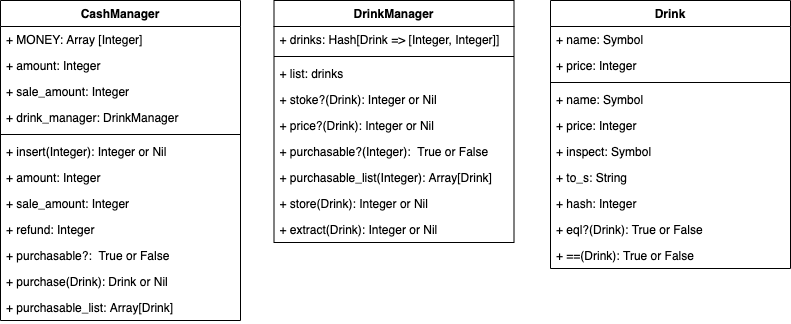
Before: images/class.png, a diagram exported from draw.io (fumtas1k/tddbc_ft). Source tidied: cells renumbered, new cells last; positions are measured from the earlier drawing's top-left corner, leaving out a move shared by most shapes.
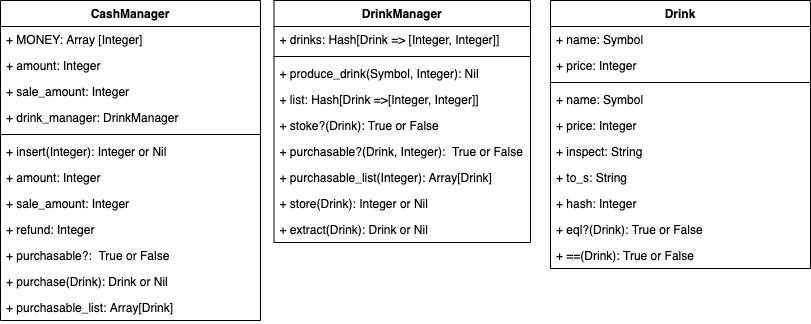
The same diagram one commit later.

Commit message:
fix: メソッド定義変更

Diff of the diagram source:
```diff
@@ -3,106 +3,106 @@
     <mxCell id="0" />
     <mxCell id="1" parent="0" />
     <mxCell id="2" value="CashManager" style="swimlane;fontStyle=1;align=center;verticalAlign=top;horizontal=1;startSize=26;" parent="1" vertex="1">
-      <mxGeometry width="240" height="320" as="geometry" />
+      <mxGeometry width="260" height="320" as="geometry" />
     </mxCell>
     <mxCell id="3" value="+ MONEY: Array [Integer]" style="text;strokeColor=none;fillColor=none;align=left;verticalAlign=top;spacingLeft=4;spacingRight=4;overflow=hidden;" parent="2" vertex="1">
-      <mxGeometry y="26" width="240" height="26" as="geometry" />
+      <mxGeometry y="26" width="260" height="26" as="geometry" />
     </mxCell>
     <mxCell id="4" value="+ amount: Integer" style="text;strokeColor=none;fillColor=none;align=left;verticalAlign=top;spacingLeft=4;spacingRight=4;overflow=hidden;" parent="2" vertex="1">
-      <mxGeometry y="52" width="240" height="26" as="geometry" />
+      <mxGeometry y="52" width="260" height="26" as="geometry" />
     </mxCell>
     <mxCell id="5" value="+ sale_amount: Integer" style="text;strokeColor=none;fillColor=none;align=left;verticalAlign=top;spacingLeft=4;spacingRight=4;overflow=hidden;" parent="2" vertex="1">
-      <mxGeometry y="78" width="240" height="26" as="geometry" />
+      <mxGeometry y="78" width="260" height="26" as="geometry" />
     </mxCell>
     <mxCell id="6" value="+ drink_manager: DrinkManager" style="text;strokeColor=none;fillColor=none;align=left;verticalAlign=top;spacingLeft=4;spacingRight=4;overflow=hidden;" parent="2" vertex="1">
-      <mxGeometry y="104" width="240" height="26" as="geometry" />
+      <mxGeometry y="104" width="260" height="26" as="geometry" />
     </mxCell>
     <mxCell id="7" style="line;strokeWidth=1;fillColor=none;align=left;verticalAlign=middle;spacingTop=-1;spacingLeft=3;spacingRight=3;labelPosition=right;" parent="2" vertex="1">
-      <mxGeometry y="130" width="240" height="8" as="geometry" />
+      <mxGeometry y="130" width="260" height="8" as="geometry" />
     </mxCell>
     <mxCell id="8" value="+ insert(Integer): Integer or Nil" style="text;strokeColor=none;fillColor=none;align=left;verticalAlign=top;spacingLeft=4;spacingRight=4;overflow=hidden;" parent="2" vertex="1">
-      <mxGeometry y="138" width="240" height="26" as="geometry" />
+      <mxGeometry y="138" width="260" height="26" as="geometry" />
     </mxCell>
     <mxCell id="9" value="+ amount: Integer" style="text;strokeColor=none;fillColor=none;align=left;verticalAlign=top;spacingLeft=4;spacingRight=4;overflow=hidden;" parent="2" vertex="1">
-      <mxGeometry y="164" width="240" height="26" as="geometry" />
+      <mxGeometry y="164" width="260" height="26" as="geometry" />
     </mxCell>
     <mxCell id="10" value="+ sale_amount: Integer" style="text;strokeColor=none;fillColor=none;align=left;verticalAlign=top;spacingLeft=4;spacingRight=4;overflow=hidden;" parent="2" vertex="1">
-      <mxGeometry y="190" width="240" height="26" as="geometry" />
+      <mxGeometry y="190" width="260" height="26" as="geometry" />
     </mxCell>
     <mxCell id="11" value="+ refund: Integer" style="text;strokeColor=none;fillColor=none;align=left;verticalAlign=top;spacingLeft=4;spacingRight=4;overflow=hidden;" parent="2" vertex="1">
-      <mxGeometry y="216" width="240" height="26" as="geometry" />
+      <mxGeometry y="216" width="260" height="26" as="geometry" />
     </mxCell>
     <mxCell id="12" value="+ purchasable?:  True or False" style="text;strokeColor=none;fillColor=none;align=left;verticalAlign=top;spacingLeft=4;spacingRight=4;overflow=hidden;" parent="2" vertex="1">
-      <mxGeometry y="242" width="240" height="26" as="geometry" />
+      <mxGeometry y="242" width="260" height="26" as="geometry" />
     </mxCell>
     <mxCell id="13" value="+ purchase(Drink): Drink or Nil" style="text;strokeColor=none;fillColor=none;align=left;verticalAlign=top;spacingLeft=4;spacingRight=4;overflow=hidden;" parent="2" vertex="1">
-      <mxGeometry y="268" width="240" height="26" as="geometry" />
+      <mxGeometry y="268" width="260" height="26" as="geometry" />
     </mxCell>
     <mxCell id="14" value="+ purchasable_list: Array[Drink]" style="text;strokeColor=none;fillColor=none;align=left;verticalAlign=top;spacingLeft=4;spacingRight=4;overflow=hidden;" parent="2" vertex="1">
-      <mxGeometry y="294" width="240" height="26" as="geometry" />
+      <mxGeometry y="294" width="260" height="26" as="geometry" />
     </mxCell>
     <mxCell id="15" value="DrinkManager" style="swimlane;fontStyle=1;align=center;verticalAlign=top;horizontal=1;startSize=26;" parent="1" vertex="1">
-      <mxGeometry x="273.5" width="240" height="242" as="geometry" />
+      <mxGeometry x="273.5" width="256.5" height="242" as="geometry" />
     </mxCell>
     <mxCell id="16" value="+ drinks: Hash[Drink =&gt; [Integer, Integer]]" style="text;strokeColor=none;fillColor=none;align=left;verticalAlign=top;spacingLeft=4;spacingRight=4;overflow=hidden;" parent="15" vertex="1">
-      <mxGeometry y="26" width="240" height="26" as="geometry" />
+      <mxGeometry y="26" width="256.5" height="26" as="geometry" />
     </mxCell>
     <mxCell id="17" style="line;strokeWidth=1;fillColor=none;align=left;verticalAlign=middle;spacingTop=-1;spacingLeft=3;spacingRight=3;labelPosition=right;" parent="15" vertex="1">
-      <mxGeometry y="52" width="240" height="8" as="geometry" />
+      <mxGeometry y="52" width="256.5" height="8" as="geometry" />
     </mxCell>
+    <mxCell id="36" value="+ produce_drink(Symbol, Integer): Nil" style="text;strokeColor=none;fillColor=none;align=left;verticalAlign=top;spacingLeft=4;spacingRight=4;overflow=hidden;" parent="15" vertex="1">
+      <mxGeometry y="60" width="256.5" height="26" as="geometry" />
+    </mxCell>
-    <mxCell id="18" value="+ list: drinks" style="text;strokeColor=none;fillColor=none;align=left;verticalAlign=top;spacingLeft=4;spacingRight=4;overflow=hidden;" parent="15" vertex="1">
-      <mxGeometry y="60" width="240" height="26" as="geometry" />
+    <mxCell id="18" value="+ list: Hash[Drink =&gt;[Integer, Integer]]" style="text;strokeColor=none;fillColor=none;align=left;verticalAlign=top;spacingLeft=4;spacingRight=4;overflow=hidden;" parent="15" vertex="1">
+      <mxGeometry y="86" width="256.5" height="26" as="geometry" />
     </mxCell>
-    <mxCell id="19" value="+ stoke?(Drink): Integer or Nil" style="text;strokeColor=none;fillColor=none;align=left;verticalAlign=top;spacingLeft=4;spacingRight=4;overflow=hidden;" parent="15" vertex="1">
-      <mxGeometry y="86" width="240" height="26" as="geometry" />
+    <mxCell id="19" value="+ stoke?(Drink): True or False" style="text;strokeColor=none;fillColor=none;align=left;verticalAlign=top;spacingLeft=4;spacingRight=4;overflow=hidden;" parent="15" vertex="1">
+      <mxGeometry y="112" width="256.5" height="26" as="geometry" />
     </mxCell>
-    <mxCell id="20" value="+ price?(Drink): Integer or Nil" style="text;strokeColor=none;fillColor=none;align=left;verticalAlign=top;spacingLeft=4;spacingRight=4;overflow=hidden;" parent="15" vertex="1">
-      <mxGeometry y="112" width="240" height="26" as="geometry" />
-    </mxCell>
-    <mxCell id="21" value="+ purchasable?(Integer):  True or False" style="text;strokeColor=none;fillColor=none;align=left;verticalAlign=top;spacingLeft=4;spacingRight=4;overflow=hidden;" parent="15" vertex="1">
-      <mxGeometry y="138" width="240" height="26" as="geometry" />
+    <mxCell id="21" value="+ purchasable?(Drink, Integer):  True or False" style="text;strokeColor=none;fillColor=none;align=left;verticalAlign=top;spacingLeft=4;spacingRight=4;overflow=hidden;" parent="15" vertex="1">
+      <mxGeometry y="138" width="256.5" height="26" as="geometry" />
     </mxCell>
     <mxCell id="22" value="+ purchasable_list(Integer): Array[Drink]" style="text;strokeColor=none;fillColor=none;align=left;verticalAlign=top;spacingLeft=4;spacingRight=4;overflow=hidden;" parent="15" vertex="1">
-      <mxGeometry y="164" width="240" height="26" as="geometry" />
+      <mxGeometry y="164" width="256.5" height="26" as="geometry" />
     </mxCell>
     <mxCell id="23" value="+ store(Drink): Integer or Nil" style="text;strokeColor=none;fillColor=none;align=left;verticalAlign=top;spacingLeft=4;spacingRight=4;overflow=hidden;" parent="15" vertex="1">
-      <mxGeometry y="190" width="240" height="26" as="geometry" />
+      <mxGeometry y="190" width="256.5" height="26" as="geometry" />
     </mxCell>
-    <mxCell id="24" value="+ extract(Drink): Integer or Nil" style="text;strokeColor=none;fillColor=none;align=left;verticalAlign=top;spacingLeft=4;spacingRight=4;overflow=hidden;" parent="15" vertex="1">
-      <mxGeometry y="216" width="240" height="26" as="geometry" />
+    <mxCell id="24" value="+ extract(Drink): Drink or Nil" style="text;strokeColor=none;fillColor=none;align=left;verticalAlign=top;spacingLeft=4;spacingRight=4;overflow=hidden;" parent="15" vertex="1">
+      <mxGeometry y="216" width="256.5" height="26" as="geometry" />
     </mxCell>
     <mxCell id="25" value="Drink" style="swimlane;fontStyle=1;align=center;verticalAlign=top;horizontal=1;startSize=26;" parent="1" vertex="1">
-      <mxGeometry x="550" width="240" height="268" as="geometry" />
+      <mxGeometry x="550" width="260" height="268" as="geometry" />
     </mxCell>
     <mxCell id="26" value="+ name: Symbol" style="text;strokeColor=none;fillColor=none;align=left;verticalAlign=top;spacingLeft=4;spacingRight=4;overflow=hidden;" parent="25" vertex="1">
-      <mxGeometry y="26" width="240" height="26" as="geometry" />
+      <mxGeometry y="26" width="260" height="26" as="geometry" />
     </mxCell>
     <mxCell id="27" value="+ price: Integer" style="text;strokeColor=none;fillColor=none;align=left;verticalAlign=top;spacingLeft=4;spacingRight=4;overflow=hidden;" parent="25" vertex="1">
-      <mxGeometry y="52" width="240" height="26" as="geometry" />
+      <mxGeometry y="52" width="260" height="26" as="geometry" />
     </mxCell>
     <mxCell id="28" style="line;strokeWidth=1;fillColor=none;align=left;verticalAlign=middle;spacingTop=-1;spacingLeft=3;spacingRight=3;labelPosition=right;" parent="25" vertex="1">
-      <mxGeometry y="78" width="240" height="8" as="geometry" />
+      <mxGeometry y="78" width="260" height="8" as="geometry" />
     </mxCell>
     <mxCell id="29" value="+ name: Symbol" style="text;strokeColor=none;fillColor=none;align=left;verticalAlign=top;spacingLeft=4;spacingRight=4;overflow=hidden;" parent="25" vertex="1">
-      <mxGeometry y="86" width="240" height="26" as="geometry" />
+      <mxGeometry y="86" width="260" height="26" as="geometry" />
     </mxCell>
     <mxCell id="30" value="+ price: Integer" style="text;strokeColor=none;fillColor=none;align=left;verticalAlign=top;spacingLeft=4;spacingRight=4;overflow=hidden;" parent="25" vertex="1">
-      <mxGeometry y="112" width="240" height="26" as="geometry" />
+      <mxGeometry y="112" width="260" height="26" as="geometry" />
     </mxCell>
-    <mxCell id="31" value="+ inspect: Symbol" style="text;strokeColor=none;fillColor=none;align=left;verticalAlign=top;spacingLeft=4;spacingRight=4;overflow=hidden;" parent="25" vertex="1">
-      <mxGeometry y="138" width="240" height="26" as="geometry" />
+    <mxCell id="31" value="+ inspect: String" style="text;strokeColor=none;fillColor=none;align=left;verticalAlign=top;spacingLeft=4;spacingRight=4;overflow=hidden;" parent="25" vertex="1">
+      <mxGeometry y="138" width="260" height="26" as="geometry" />
     </mxCell>
     <mxCell id="32" value="+ to_s: String" style="text;strokeColor=none;fillColor=none;align=left;verticalAlign=top;spacingLeft=4;spacingRight=4;overflow=hidden;" parent="25" vertex="1">
-      <mxGeometry y="164" width="240" height="26" as="geometry" />
+      <mxGeometry y="164" width="260" height="26" as="geometry" />
     </mxCell>
     <mxCell id="33" value="+ hash: Integer" style="text;strokeColor=none;fillColor=none;align=left;verticalAlign=top;spacingLeft=4;spacingRight=4;overflow=hidden;" parent="25" vertex="1">
-      <mxGeometry y="190" width="240" height="26" as="geometry" />
+      <mxGeometry y="190" width="260" height="26" as="geometry" />
     </mxCell>
     <mxCell id="34" value="+ eql?(Drink): True or False" style="text;strokeColor=none;fillColor=none;align=left;verticalAlign=top;spacingLeft=4;spacingRight=4;overflow=hidden;" parent="25" vertex="1">
-      <mxGeometry y="216" width="240" height="26" as="geometry" />
+      <mxGeometry y="216" width="260" height="26" as="geometry" />
     </mxCell>
     <mxCell id="35" value="+ ==(Drink): True or False" style="text;strokeColor=none;fillColor=none;align=left;verticalAlign=top;spacingLeft=4;spacingRight=4;overflow=hidden;" parent="25" vertex="1">
-      <mxGeometry y="242" width="240" height="26" as="geometry" />
+      <mxGeometry y="242" width="260" height="26" as="geometry" />
     </mxCell>
   </root>
 </mxGraphModel>
```
